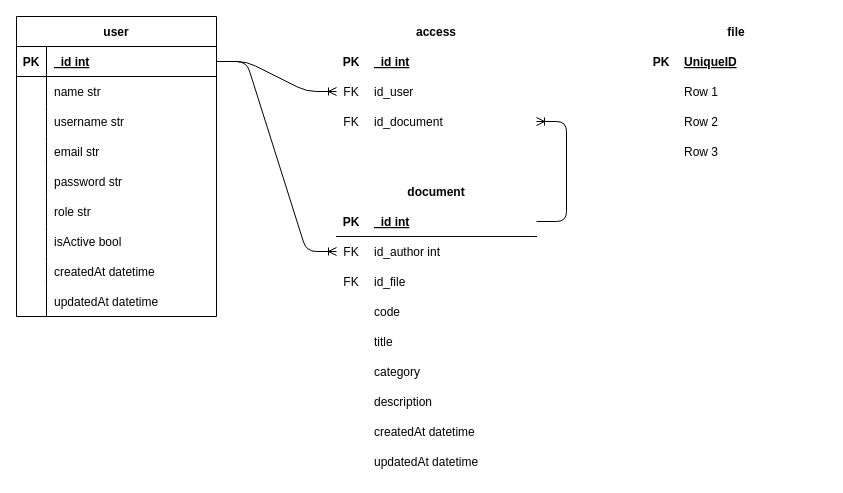
Before: diagram/entity-relationship-diagram.drawio in NotHydra/signature, a draw.io diagram. Source tidied: cells renumbered, new cells numbered last; positions are measured from the earlier drawing's top-left corner, leaving out a move shared by most shapes. Both pictures are drawn from the tidied source at 100%, with x=0, y=0 at pixel (16, 16).
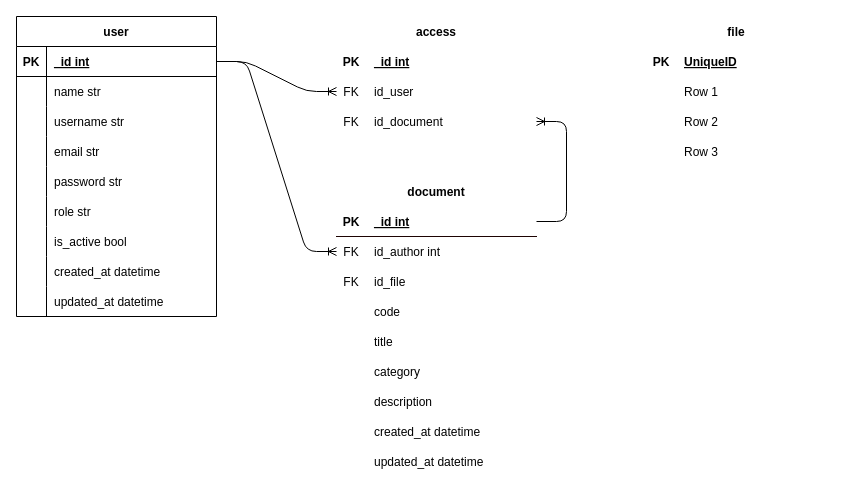
The same diagram, later.

The change refers to these unchanged cells:
```xml
<mxCell id="21" style="shape=tableRow;horizontal=0;startSize=0;swimlaneHead=0;swimlaneBody=0;fillColor=none;top=0;left=0;right=0;bottom=0;strokeColor=#1D0302;" parent="2" vertex="1">
  <mxGeometry y="210" width="200" height="30" as="geometry" />
</mxCell>
<mxCell id="24" style="shape=tableRow;horizontal=0;startSize=0;swimlaneHead=0;swimlaneBody=0;fillColor=none;top=0;left=0;right=0;bottom=0;strokeColor=#1D0302;" parent="2" vertex="1">
  <mxGeometry y="240" width="200" height="30" as="geometry" />
</mxCell>
<mxCell id="27" style="shape=tableRow;horizontal=0;startSize=0;swimlaneHead=0;swimlaneBody=0;fillColor=none;top=0;left=0;right=0;bottom=0;strokeColor=#1D0302;" parent="2" vertex="1">
  <mxGeometry y="270" width="200" height="30" as="geometry" />
</mxCell>
<mxCell id="52" style="shape=tableRow;horizontal=0;startSize=0;swimlaneHead=0;swimlaneBody=0;fillColor=none;top=0;left=0;right=0;bottom=0;" parent="30" vertex="1">
  <mxGeometry y="240" width="200" height="30" as="geometry" />
</mxCell>
<mxCell id="55" style="shape=tableRow;horizontal=0;startSize=0;swimlaneHead=0;swimlaneBody=0;fillColor=none;top=0;left=0;right=0;bottom=0;" parent="30" vertex="1">
  <mxGeometry y="270" width="200" height="30" as="geometry" />
</mxCell>
```

Change to the diagram source:
```diff
@@
-    <mxCell id="23" value="isActive bool" style="shape=partialRectangle;fillColor=none;top=0;left=0;bottom=0;right=0;align=left;spacingLeft=6;overflow=hidden;strokeColor=#1D0302;" parent="21" vertex="1">
+    <mxCell id="23" value="is_active bool" style="shape=partialRectangle;fillColor=none;top=0;left=0;bottom=0;right=0;align=left;spacingLeft=6;overflow=hidden;strokeColor=#1D0302;" parent="21" vertex="1">
       <mxGeometry x="30" width="170" height="30" as="geometry" />
     </mxCell>
@@
-    <mxCell id="26" value="createdAt datetime" style="shape=partialRectangle;fillColor=none;top=0;left=0;bottom=0;right=0;align=left;spacingLeft=6;overflow=hidden;strokeColor=#1D0302;" parent="24" vertex="1">
+    <mxCell id="26" value="created_at datetime" style="shape=partialRectangle;fillColor=none;top=0;left=0;bottom=0;right=0;align=left;spacingLeft=6;overflow=hidden;strokeColor=#1D0302;" parent="24" vertex="1">
       <mxGeometry x="30" width="170" height="30" as="geometry" />
     </mxCell>
@@
-    <mxCell id="29" value="updatedAt datetime" style="shape=partialRectangle;fillColor=none;top=0;left=0;bottom=0;right=0;align=left;spacingLeft=6;overflow=hidden;strokeColor=#1D0302;" parent="27" vertex="1">
+    <mxCell id="29" value="updated_at datetime" style="shape=partialRectangle;fillColor=none;top=0;left=0;bottom=0;right=0;align=left;spacingLeft=6;overflow=hidden;strokeColor=#1D0302;" parent="27" vertex="1">
       <mxGeometry x="30" width="170" height="30" as="geometry" />
     </mxCell>
@@
-    <mxCell id="54" value="createdAt datetime" style="shape=partialRectangle;fillColor=none;top=0;left=0;bottom=0;right=0;align=left;spacingLeft=6;overflow=hidden;" parent="52" vertex="1">
+    <mxCell id="54" value="created_at datetime" style="shape=partialRectangle;fillColor=none;top=0;left=0;bottom=0;right=0;align=left;spacingLeft=6;overflow=hidden;" parent="52" vertex="1">
       <mxGeometry x="30" width="170" height="30" as="geometry" />
     </mxCell>
@@
-    <mxCell id="57" value="updatedAt datetime" style="shape=partialRectangle;fillColor=none;top=0;left=0;bottom=0;right=0;align=left;spacingLeft=6;overflow=hidden;" parent="55" vertex="1">
+    <mxCell id="57" value="updated_at datetime" style="shape=partialRectangle;fillColor=none;top=0;left=0;bottom=0;right=0;align=left;spacingLeft=6;overflow=hidden;" parent="55" vertex="1">
       <mxGeometry x="30" width="170" height="30" as="geometry" />
     </mxCell>
```
